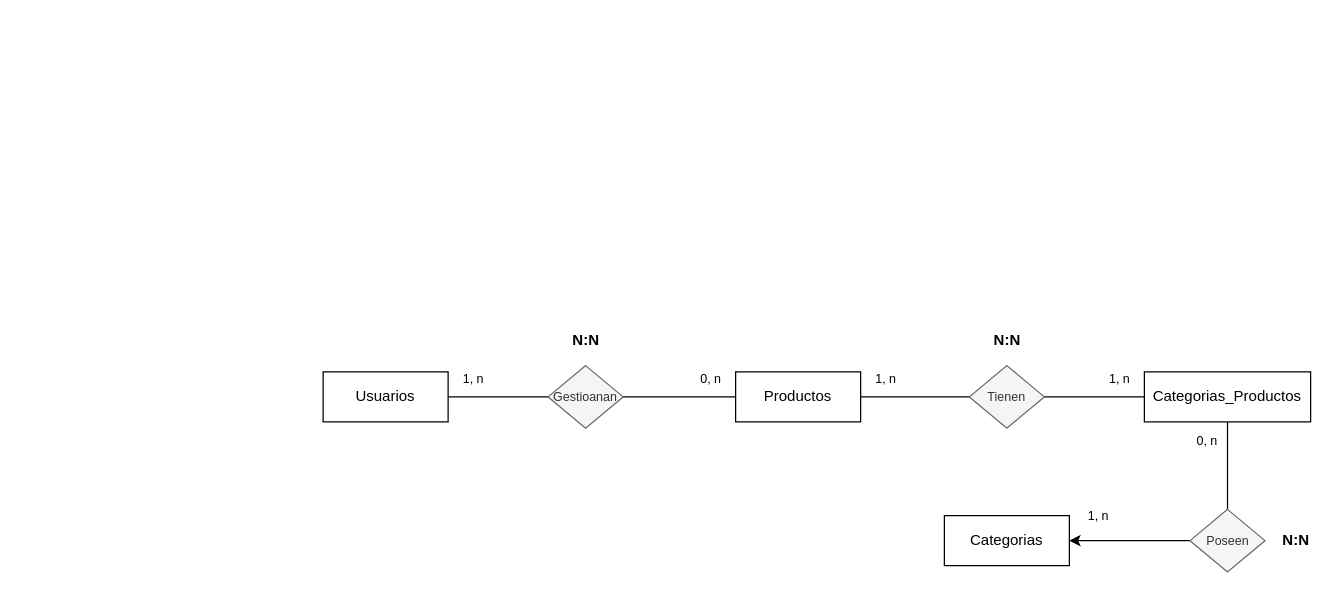
Earlier version of the draw.io diagram page "Modelo Entidad Relacion" (4 of 4) of TEG.drawio (AlbanyNVRodriguez/draw---diagrams). Source tidied: cells renumbered, new cells numbered last; positions are measured from the earlier drawing's top-left corner, leaving out a move shared by most shapes. Both pictures are drawn from the tidied source at 125%, with x=0, y=0 at pixel (322, 321).
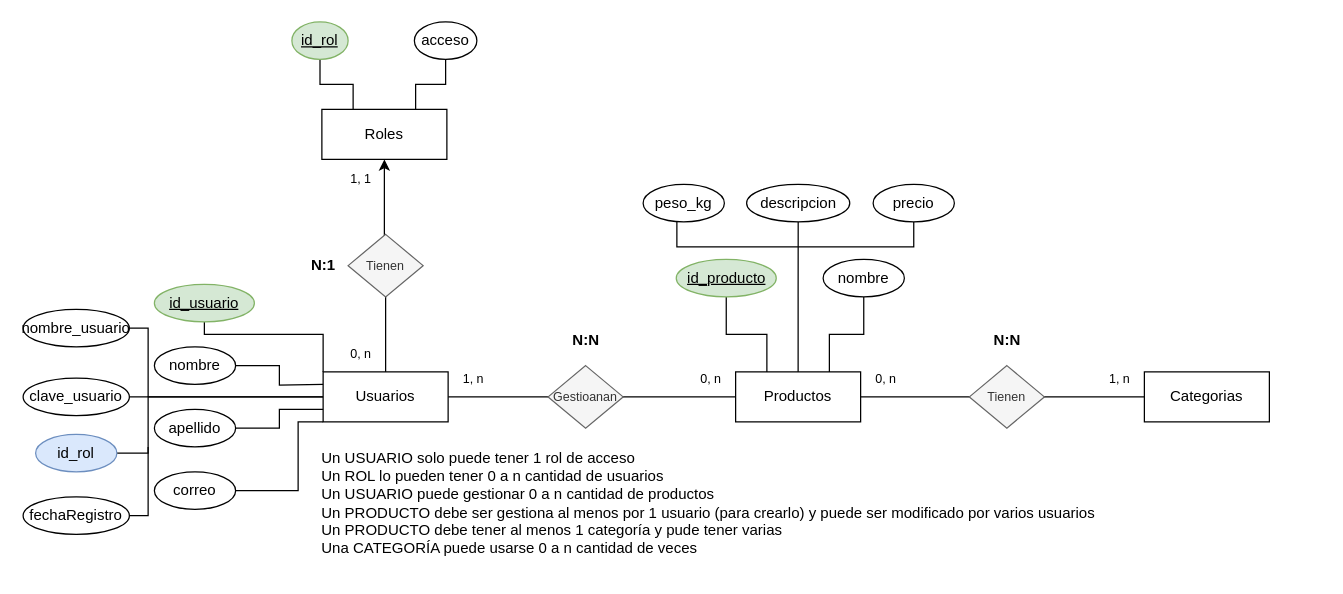
Above is the later version.

The change refers to these unchanged cells:
```xml
<mxCell id="3" value="Usuarios" style="whiteSpace=wrap;html=1;align=center;" parent="1" vertex="1">
  <mxGeometry y="40" width="100" height="40" as="geometry" />
</mxCell>
<mxCell id="6" value="Productos" style="whiteSpace=wrap;html=1;align=center;" parent="1" vertex="1">
  <mxGeometry x="330" y="40" width="100" height="40" as="geometry" />
</mxCell>
```

The edit, as a diff of the source:
```diff
@@
+    <mxCell id="21" style="edgeStyle=orthogonalEdgeStyle;rounded=0;jettySize=auto;html=1;entryX=0.5;entryY=1;entryDx=0;entryDy=0;" parent="1" edge="1" source="3" target="26">
+      <mxGeometry relative="1" as="geometry" />
+    </mxCell>
+    <mxCell id="22" style="edgeStyle=orthogonalEdgeStyle;rounded=0;jettySize=auto;html=1;endArrow=none;endFill=0;" parent="1" edge="1" source="3" target="43">
+      <mxGeometry relative="1" as="geometry" />
+    </mxCell>
+    <mxCell id="23" style="edgeStyle=orthogonalEdgeStyle;rounded=0;jettySize=auto;html=1;exitX=0;exitY=0;exitDx=0;exitDy=0;entryX=0.5;entryY=1;entryDx=0;entryDy=0;endArrow=none;endFill=0;" parent="1" edge="1" source="3" target="34">
+      <mxGeometry relative="1" as="geometry">
+        <Array as="points">
+          <mxPoint y="10" />
+          <mxPoint x="-95" y="10" />
+        </Array>
+      </mxGeometry>
+    </mxCell>
@@
-    <mxCell id="5" style="edgeStyle=orthogonalEdgeStyle;rounded=0;jettySize=auto;html=1;entryX=0;entryY=0.5;entryDx=0;entryDy=0;endArrow=none;endFill=0;" parent="1" edge="1" source="6" target="9">
-      <mxGeometry relative="1" as="geometry" />
+    <mxCell id="5" style="edgeStyle=orthogonalEdgeStyle;rounded=0;jettySize=auto;html=1;entryX=0;entryY=0.5;entryDx=0;entryDy=0;endArrow=none;endFill=0;" parent="1" edge="1" source="6">
+      <mxGeometry relative="1" as="geometry">
+        <mxPoint x="657" y="60" as="targetPoint" />
+      </mxGeometry>
     </mxCell>
+    <mxCell id="24" style="edgeStyle=orthogonalEdgeStyle;rounded=0;jettySize=auto;html=1;entryX=0.5;entryY=1;entryDx=0;entryDy=0;endArrow=none;endFill=0;" parent="1" edge="1" source="6" target="56">
+      <mxGeometry relative="1" as="geometry" />
+    </mxCell>
@@
-    <mxCell id="8" style="edgeStyle=orthogonalEdgeStyle;rounded=0;jettySize=auto;html=1;entryX=1;entryY=0.5;entryDx=0;entryDy=0;" parent="1" edge="1" source="9" target="16">
-      <mxGeometry relative="1" as="geometry">
-        <Array as="points">
-          <mxPoint x="723" y="175" />
-        </Array>
-      </mxGeometry>
-    </mxCell>
-    <mxCell id="9" value="Categorias_Productos" style="whiteSpace=wrap;html=1;align=center;" parent="1" vertex="1">
-      <mxGeometry x="657" y="40" width="133" height="40" as="geometry" />
-    </mxCell>
@@
-    <mxCell id="14" value="1, n" style="text;html=1;align=center;verticalAlign=middle;strokeColor=none;fillColor=none;fontSize=10;" parent="1" vertex="1">
+    <mxCell id="14" value="0, n" style="text;html=1;align=center;verticalAlign=middle;strokeColor=none;fillColor=none;fontSize=10;" parent="1" vertex="1">
       <mxGeometry x="430" y="30" width="40" height="30" as="geometry" />
     </mxCell>
@@
     <mxCell id="16" value="Categorias" style="whiteSpace=wrap;html=1;align=center;" parent="1" vertex="1">
-      <mxGeometry x="497" y="155" width="100" height="40" as="geometry" />
+      <mxGeometry x="657" y="40" width="100" height="40" as="geometry" />
     </mxCell>
-    <mxCell id="17" value="Poseen" style="shape=rhombus;html=1;dashed=0;whiteSpace=wrap;perimeter=rhombusPerimeter;fontSize=10;fillColor=#f5f5f5;fontColor=#333333;strokeColor=#666666;" parent="1" vertex="1">
-      <mxGeometry x="693.5" y="150" width="60" height="50" as="geometry" />
-    </mxCell>
+    <mxCell id="25" value="Un USUARIO solo puede tener 1 rol de acceso&lt;div&gt;Un ROL lo pueden tener 0 a n cantidad de usuarios&lt;br&gt;Un USUARIO puede gestionar 0 a n cantidad de productos&lt;div&gt;Un PRODUCTO debe ser gestiona al menos por 1 usuario (para crearlo) y puede ser modificado por varios usuarios&lt;/div&gt;&lt;div&gt;Un PRODUCTO debe tener al menos 1 categoría y pude tener varias&lt;/div&gt;&lt;div&gt;Una CATEGORÍA puede usarse 0 a n cantidad de veces&amp;nbsp;&lt;/div&gt;&lt;/div&gt;" style="text;html=1;align=left;verticalAlign=middle;strokeColor=none;fillColor=none;" parent="1" vertex="1">
+      <mxGeometry x="-3" y="95" width="640" height="100" as="geometry" />
+    </mxCell>
+    <mxCell id="26" value="Roles" style="whiteSpace=wrap;html=1;align=center;" parent="1" vertex="1">
+      <mxGeometry x="-1" y="-170" width="100" height="40" as="geometry" />
+    </mxCell>
+    <mxCell id="27" value="Tienen" style="shape=rhombus;html=1;dashed=0;whiteSpace=wrap;perimeter=rhombusPerimeter;fontSize=10;fillColor=#f5f5f5;fontColor=#333333;strokeColor=#666666;" parent="1" vertex="1">
+      <mxGeometry x="20" y="-70" width="60" height="50" as="geometry" />
+    </mxCell>
+    <mxCell id="28" value="1, 1" style="text;html=1;align=center;verticalAlign=middle;strokeColor=none;fillColor=none;fontSize=10;" parent="1" vertex="1">
+      <mxGeometry x="10" y="-130" width="40" height="30" as="geometry" />
+    </mxCell>
     <mxCell id="18" value="0, n" style="text;html=1;align=center;verticalAlign=middle;strokeColor=none;fillColor=none;fontSize=10;" parent="1" vertex="1">
-      <mxGeometry x="687" y="80" width="40" height="30" as="geometry" />
+      <mxGeometry x="10" y="10" width="40" height="30" as="geometry" />
     </mxCell>
-    <mxCell id="19" value="1, n" style="text;html=1;align=center;verticalAlign=middle;strokeColor=none;fillColor=none;fontSize=10;" parent="1" vertex="1">
-      <mxGeometry x="600" y="140" width="40" height="30" as="geometry" />
-    </mxCell>
-    <mxCell id="20" value="N:N" style="text;html=1;align=center;verticalAlign=middle;strokeColor=none;fillColor=none;fontStyle=1;" parent="1" vertex="1">
-      <mxGeometry x="758" y="160" width="40" height="30" as="geometry" />
-    </mxCell>
+    <mxCell id="29" value="N:1" style="text;html=1;align=center;verticalAlign=middle;strokeColor=none;fillColor=none;fontStyle=1;" parent="1" vertex="1">
+      <mxGeometry x="-20" y="-60" width="40" height="30" as="geometry" />
+    </mxCell>
+    <mxCell id="30" style="edgeStyle=orthogonalEdgeStyle;rounded=0;jettySize=auto;html=1;entryX=0.25;entryY=0;entryDx=0;entryDy=0;endArrow=none;endFill=0;" parent="1" edge="1" source="31" target="26">
+      <mxGeometry relative="1" as="geometry" />
+    </mxCell>
+    <mxCell id="31" value="id_rol" style="ellipse;whiteSpace=wrap;html=1;fillColor=#d5e8d4;strokeColor=#82b366;fontStyle=4;" parent="1" vertex="1">
+      <mxGeometry x="-25" y="-240" width="45" height="30" as="geometry" />
+    </mxCell>
+    <mxCell id="32" style="edgeStyle=orthogonalEdgeStyle;rounded=0;jettySize=auto;html=1;entryX=0.75;entryY=0;entryDx=0;entryDy=0;endArrow=none;endFill=0;" parent="1" edge="1" source="33" target="26">
+      <mxGeometry relative="1" as="geometry" />
+    </mxCell>
+    <mxCell id="33" value="acceso" style="ellipse;whiteSpace=wrap;html=1;fillColor=none;fontStyle=0;" parent="1" vertex="1">
+      <mxGeometry x="73" y="-240" width="50" height="30" as="geometry" />
+    </mxCell>
+    <mxCell id="34" value="id_usuario" style="ellipse;whiteSpace=wrap;html=1;fillColor=#d5e8d4;strokeColor=#82b366;fontStyle=4;" parent="1" vertex="1">
+      <mxGeometry x="-135" y="-30" width="80" height="30" as="geometry" />
+    </mxCell>
+    <mxCell id="35" style="edgeStyle=orthogonalEdgeStyle;rounded=0;jettySize=auto;html=1;endArrow=none;endFill=0;" parent="1" edge="1" source="36">
+      <mxGeometry relative="1" as="geometry">
+        <mxPoint y="50" as="targetPoint" />
+      </mxGeometry>
+    </mxCell>
+    <mxCell id="36" value="nombre" style="ellipse;whiteSpace=wrap;html=1;fillColor=none;fontStyle=0;" parent="1" vertex="1">
+      <mxGeometry x="-135" y="20" width="65" height="30" as="geometry" />
+    </mxCell>
+    <mxCell id="37" style="edgeStyle=orthogonalEdgeStyle;rounded=0;jettySize=auto;html=1;entryX=0;entryY=0.75;entryDx=0;entryDy=0;endArrow=none;endFill=0;" parent="1" edge="1" source="38" target="3">
+      <mxGeometry relative="1" as="geometry" />
+    </mxCell>
+    <mxCell id="38" value="apellido" style="ellipse;whiteSpace=wrap;html=1;fillColor=none;fontStyle=0;" parent="1" vertex="1">
+      <mxGeometry x="-135" y="70" width="65" height="30" as="geometry" />
+    </mxCell>
+    <mxCell id="39" style="edgeStyle=orthogonalEdgeStyle;rounded=0;jettySize=auto;html=1;entryX=0;entryY=1;entryDx=0;entryDy=0;endArrow=none;endFill=0;" parent="1" edge="1" source="40" target="3">
+      <mxGeometry relative="1" as="geometry">
+        <Array as="points">
+          <mxPoint x="-20" y="135" />
+          <mxPoint x="-20" y="80" />
+        </Array>
+      </mxGeometry>
+    </mxCell>
+    <mxCell id="40" value="correo" style="ellipse;whiteSpace=wrap;html=1;fillColor=none;fontStyle=0;" parent="1" vertex="1">
+      <mxGeometry x="-135" y="120" width="65" height="30" as="geometry" />
+    </mxCell>
+    <mxCell id="41" style="edgeStyle=orthogonalEdgeStyle;rounded=0;jettySize=auto;html=1;endArrow=none;endFill=0;" parent="1" edge="1" source="42">
+      <mxGeometry relative="1" as="geometry">
+        <mxPoint x="-140" y="60" as="targetPoint" />
+        <Array as="points">
+          <mxPoint x="-140" y="5" />
+        </Array>
+      </mxGeometry>
+    </mxCell>
+    <mxCell id="42" value="nombre_usuario" style="ellipse;whiteSpace=wrap;html=1;fillColor=none;fontStyle=0;" parent="1" vertex="1">
+      <mxGeometry x="-240" y="-10" width="85" height="30" as="geometry" />
+    </mxCell>
+    <mxCell id="43" value="clave_usuario" style="ellipse;whiteSpace=wrap;html=1;fillColor=none;fontStyle=0;" parent="1" vertex="1">
+      <mxGeometry x="-240" y="45" width="85" height="30" as="geometry" />
+    </mxCell>
+    <mxCell id="44" style="edgeStyle=orthogonalEdgeStyle;rounded=0;jettySize=auto;html=1;endArrow=none;endFill=0;" parent="1" edge="1" source="45">
+      <mxGeometry relative="1" as="geometry">
+        <mxPoint x="-140" y="100" as="targetPoint" />
+        <Array as="points">
+          <mxPoint x="-140" y="155" />
+        </Array>
+      </mxGeometry>
+    </mxCell>
+    <mxCell id="45" value="fechaRegistro" style="ellipse;whiteSpace=wrap;html=1;fillColor=none;fontStyle=0;" parent="1" vertex="1">
+      <mxGeometry x="-240" y="140" width="85" height="30" as="geometry" />
+    </mxCell>
+    <mxCell id="46" style="edgeStyle=orthogonalEdgeStyle;rounded=0;jettySize=auto;html=1;entryX=0;entryY=0.5;entryDx=0;entryDy=0;endArrow=none;endFill=0;" parent="1" edge="1" source="47" target="3">
+      <mxGeometry relative="1" as="geometry">
+        <Array as="points">
+          <mxPoint x="-140" y="105" />
+          <mxPoint x="-140" y="60" />
+        </Array>
+      </mxGeometry>
+    </mxCell>
+    <mxCell id="47" value="id_rol" style="ellipse;whiteSpace=wrap;html=1;fillColor=#dae8fc;fontStyle=0;strokeColor=#6c8ebf;" parent="1" vertex="1">
+      <mxGeometry x="-230" y="90" width="65" height="30" as="geometry" />
+    </mxCell>
+    <mxCell id="48" style="edgeStyle=orthogonalEdgeStyle;rounded=0;jettySize=auto;html=1;entryX=0.25;entryY=0;entryDx=0;entryDy=0;endArrow=none;endFill=0;" parent="1" edge="1" source="49" target="6">
+      <mxGeometry relative="1" as="geometry" />
+    </mxCell>
+    <mxCell id="49" value="id_producto" style="ellipse;whiteSpace=wrap;html=1;fillColor=#d5e8d4;strokeColor=#82b366;fontStyle=4;" parent="1" vertex="1">
+      <mxGeometry x="282.5" y="-50" width="80" height="30" as="geometry" />
+    </mxCell>
+    <mxCell id="50" style="edgeStyle=orthogonalEdgeStyle;rounded=0;jettySize=auto;html=1;entryX=0.75;entryY=0;entryDx=0;entryDy=0;endArrow=none;endFill=0;" parent="1" edge="1" source="51" target="6">
+      <mxGeometry relative="1" as="geometry" />
+    </mxCell>
+    <mxCell id="51" value="nombre" style="ellipse;whiteSpace=wrap;html=1;fillColor=none;fontStyle=0;" parent="1" vertex="1">
+      <mxGeometry x="400" y="-50" width="65" height="30" as="geometry" />
+    </mxCell>
+    <mxCell id="52" style="edgeStyle=orthogonalEdgeStyle;rounded=0;jettySize=auto;html=1;endArrow=none;endFill=0;" parent="1" edge="1" source="53">
+      <mxGeometry relative="1" as="geometry">
+        <mxPoint x="380" y="-60" as="targetPoint" />
+        <Array as="points">
+          <mxPoint x="283" y="-60" />
+        </Array>
+      </mxGeometry>
+    </mxCell>
+    <mxCell id="53" value="peso_kg" style="ellipse;whiteSpace=wrap;html=1;fillColor=none;fontStyle=0;" parent="1" vertex="1">
+      <mxGeometry x="256" y="-110" width="65" height="30" as="geometry" />
+    </mxCell>
+    <mxCell id="54" style="edgeStyle=orthogonalEdgeStyle;rounded=0;jettySize=auto;html=1;endArrow=none;endFill=0;" parent="1" edge="1" source="55">
+      <mxGeometry relative="1" as="geometry">
+        <mxPoint x="380" y="-60" as="targetPoint" />
+        <Array as="points">
+          <mxPoint x="473" y="-60" />
+        </Array>
+      </mxGeometry>
+    </mxCell>
+    <mxCell id="55" value="precio" style="ellipse;whiteSpace=wrap;html=1;fillColor=none;fontStyle=0;" parent="1" vertex="1">
+      <mxGeometry x="440" y="-110" width="65" height="30" as="geometry" />
+    </mxCell>
+    <mxCell id="56" value="descripcion" style="ellipse;whiteSpace=wrap;html=1;fillColor=none;fontStyle=0;" parent="1" vertex="1">
+      <mxGeometry x="338.8" y="-110" width="82.5" height="30" as="geometry" />
+    </mxCell>
```
